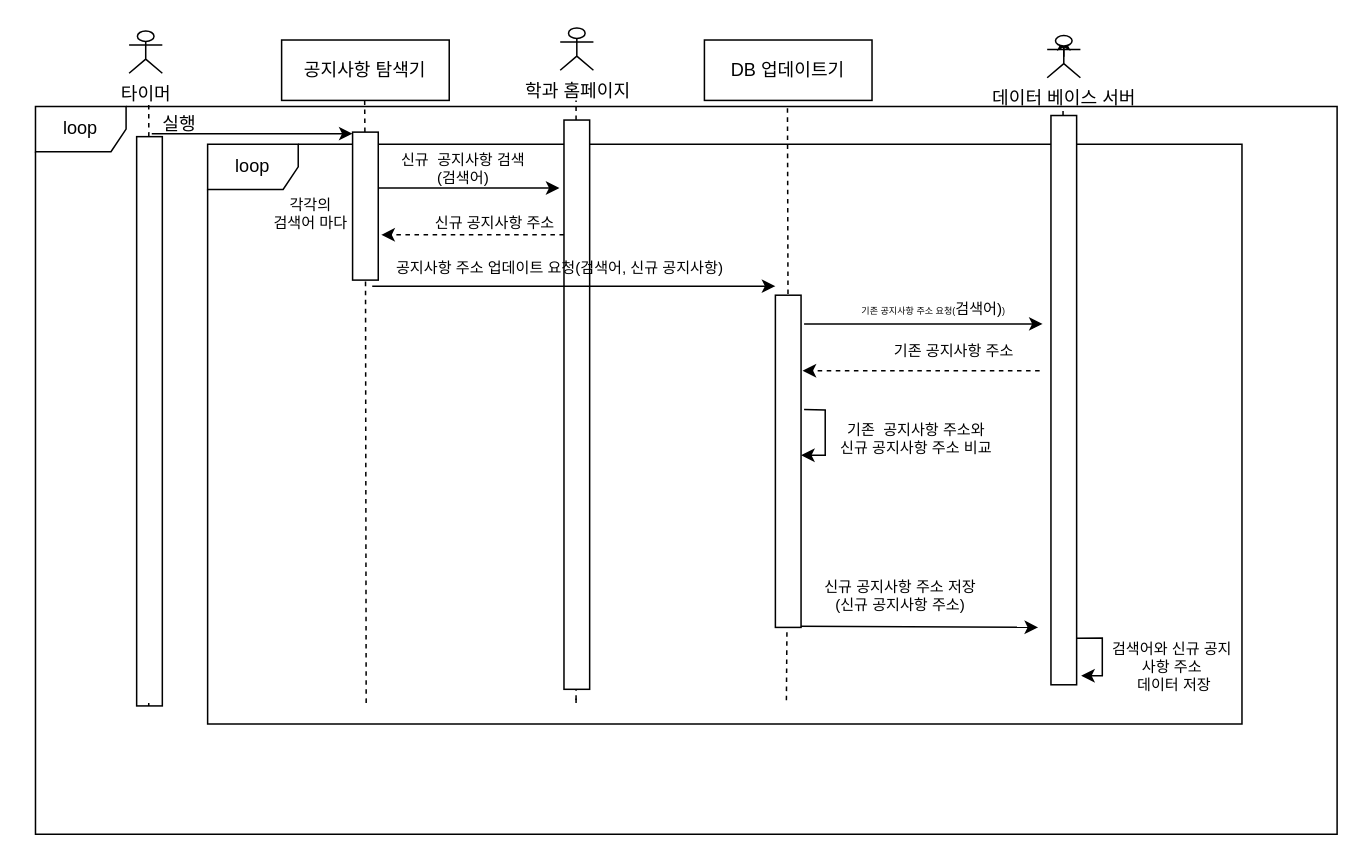
seongjin17/gnu keeps this draw.io diagram as 학과 공지사항.drawio. Above is the earlier version. Source tidied: cells renumbered, new cells numbered last; positions are measured from the earlier drawing's top-left corner, leaving out a move shared by most shapes. Both pictures are drawn from the tidied source at 151%, with x=0, y=0 at pixel (35, 27).
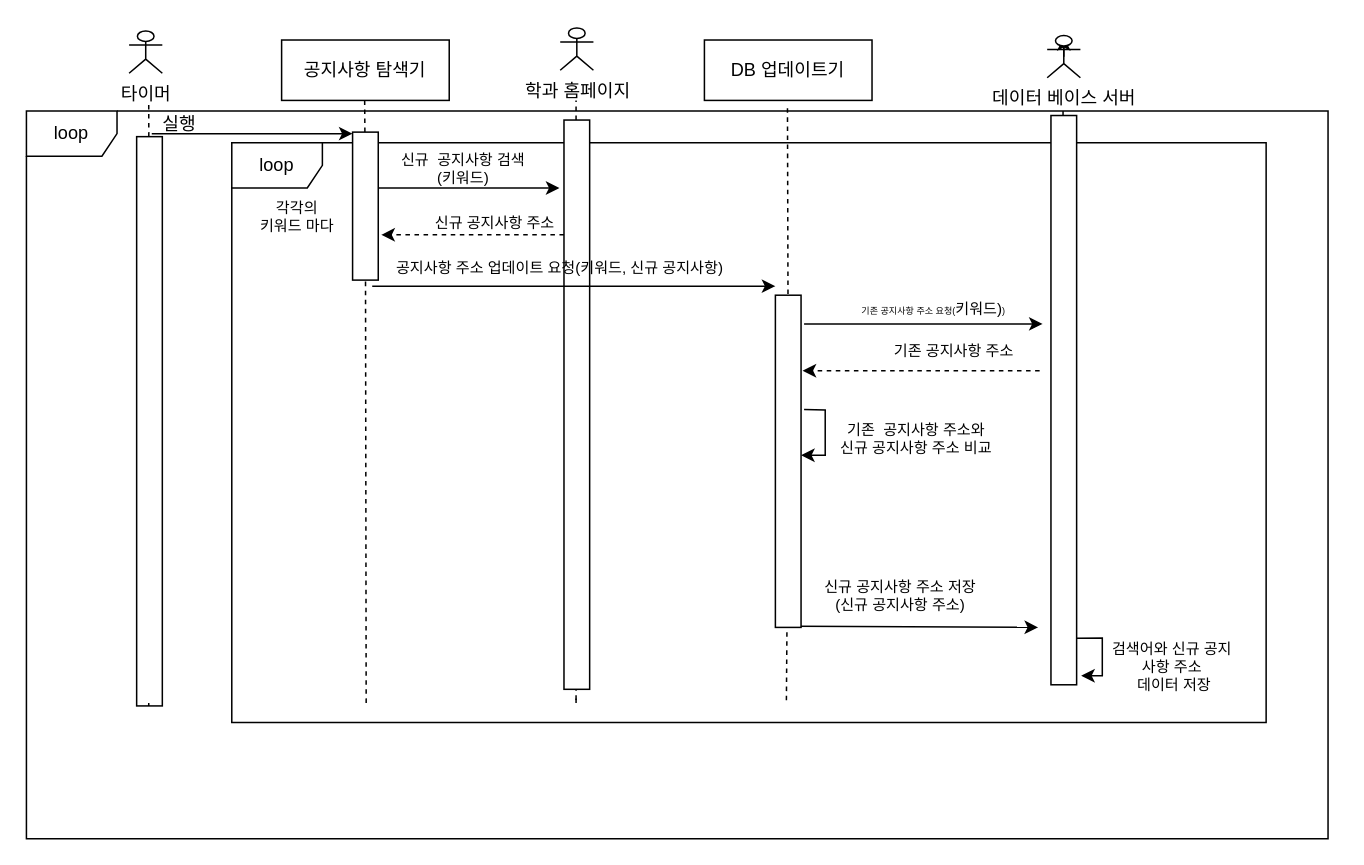
After the change.

Commit message:
Update 학과 공지사항.drawio

What changed in the source:
```diff
@@
     <mxCell id="2" value="loop" style="shape=umlFrame;whiteSpace=wrap;html=1;" parent="1" vertex="1">
-      <mxGeometry x="114" y="77" width="685" height="384" as="geometry" />
+      <mxGeometry x="130" y="76" width="685" height="384" as="geometry" />
     </mxCell>
-    <mxCell id="3" value="신규&amp;nbsp; 공지사항 검색&lt;br&gt;(검색어)" style="text;html=1;strokeColor=none;fillColor=none;align=center;verticalAlign=middle;whiteSpace=wrap;rounded=0;fontSize=10;" parent="1" vertex="1">
+    <mxCell id="3" value="신규&amp;nbsp; 공지사항 검색&lt;br&gt;(키워드)" style="text;html=1;strokeColor=none;fillColor=none;align=center;verticalAlign=middle;whiteSpace=wrap;rounded=0;fontSize=10;" parent="1" vertex="1">
       <mxGeometry x="211" y="79" width="145" height="28" as="geometry" />
     </mxCell>
@@
-    <mxCell id="21" value="&lt;font style=&quot;font-size: 6px&quot;&gt;기존 공지사항 주소 요청(&lt;span style=&quot;font-size: 10px&quot;&gt;검색어)&lt;/span&gt;)&lt;/font&gt;" style="text;html=1;strokeColor=none;fillColor=none;align=center;verticalAlign=middle;whiteSpace=wrap;rounded=0;fontSize=6;" parent="1" vertex="1">
+    <mxCell id="21" value="&lt;font style=&quot;font-size: 6px&quot;&gt;기존 공지사항 주소 요청(&lt;span style=&quot;font-size: 10px&quot;&gt;키워드&lt;/span&gt;&lt;span style=&quot;font-size: 10px&quot;&gt;)&lt;/span&gt;)&lt;/font&gt;" style="text;html=1;strokeColor=none;fillColor=none;align=center;verticalAlign=middle;whiteSpace=wrap;rounded=0;fontSize=6;" parent="1" vertex="1">
       <mxGeometry x="498" y="171" width="194" height="30" as="geometry" />
     </mxCell>
@@
-    <mxCell id="25" value="각각의 &lt;br&gt;검색어 마다" style="text;html=1;strokeColor=none;fillColor=none;align=center;verticalAlign=middle;whiteSpace=wrap;rounded=0;fontSize=10;" parent="1" vertex="1">
-      <mxGeometry x="110" y="108" width="145" height="30" as="geometry" />
+    <mxCell id="25" value="각각의 &lt;br&gt;키워드&amp;nbsp;마다" style="text;html=1;strokeColor=none;fillColor=none;align=center;verticalAlign=middle;whiteSpace=wrap;rounded=0;fontSize=10;" parent="1" vertex="1">
+      <mxGeometry x="101" y="110" width="145" height="30" as="geometry" />
     </mxCell>
@@
-    <mxCell id="39" value="공지사항 주소 업데이트 요청(검색어, 신규&amp;nbsp;공지사항)" style="text;html=1;strokeColor=none;fillColor=none;align=center;verticalAlign=middle;whiteSpace=wrap;rounded=0;fontSize=10;" parent="1" vertex="1">
+    <mxCell id="39" value="공지사항 주소 업데이트 요청(키워드, 신규&amp;nbsp;공지사항)" style="text;html=1;strokeColor=none;fillColor=none;align=center;verticalAlign=middle;whiteSpace=wrap;rounded=0;fontSize=10;" parent="1" vertex="1">
       <mxGeometry x="225" y="144" width="245" height="30" as="geometry" />
     </mxCell>
@@
     <mxCell id="42" value="loop" style="shape=umlFrame;whiteSpace=wrap;html=1;" parent="1" vertex="1">
-      <mxGeometry y="52" width="862" height="482" as="geometry" />
+      <mxGeometry x="-6" y="55" width="862" height="482" as="geometry" />
     </mxCell>
```
